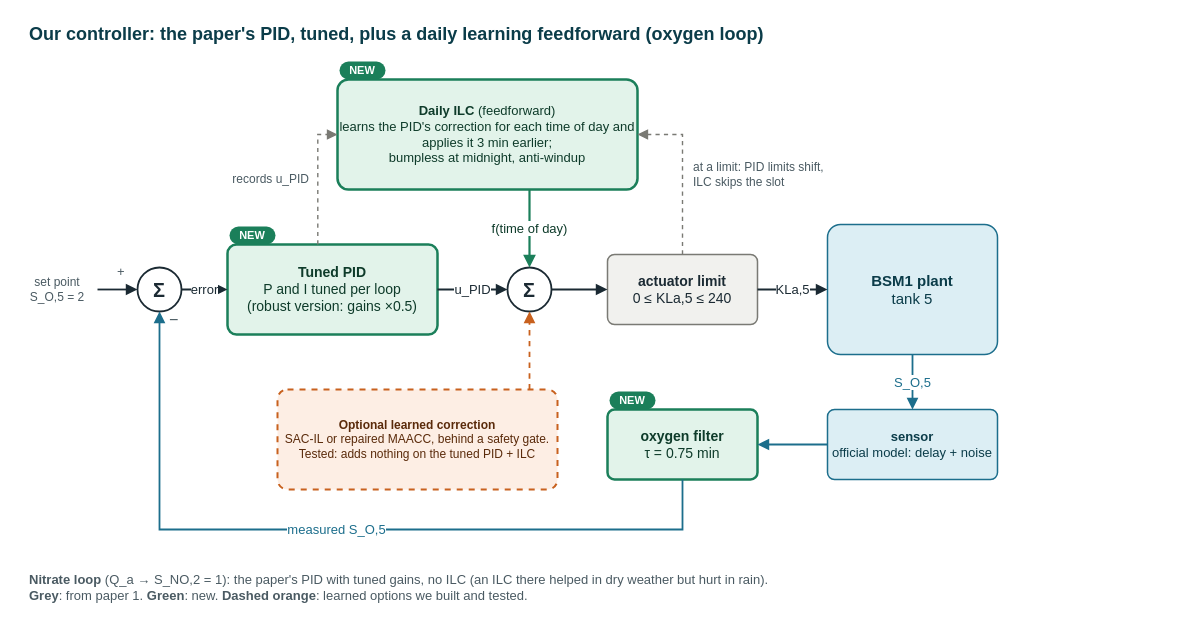
This is docs/diagrams/d2_ours.drawio from Amritha902/water_resource, a draw.io file, before an edit. Source tidied: cells renumbered, new cells numbered last; positions are measured from the earlier drawing's top-left corner, leaving out a move shared by most shapes. Both pictures are drawn from the tidied source at 100%, with x=0, y=0 at pixel (17, 17).
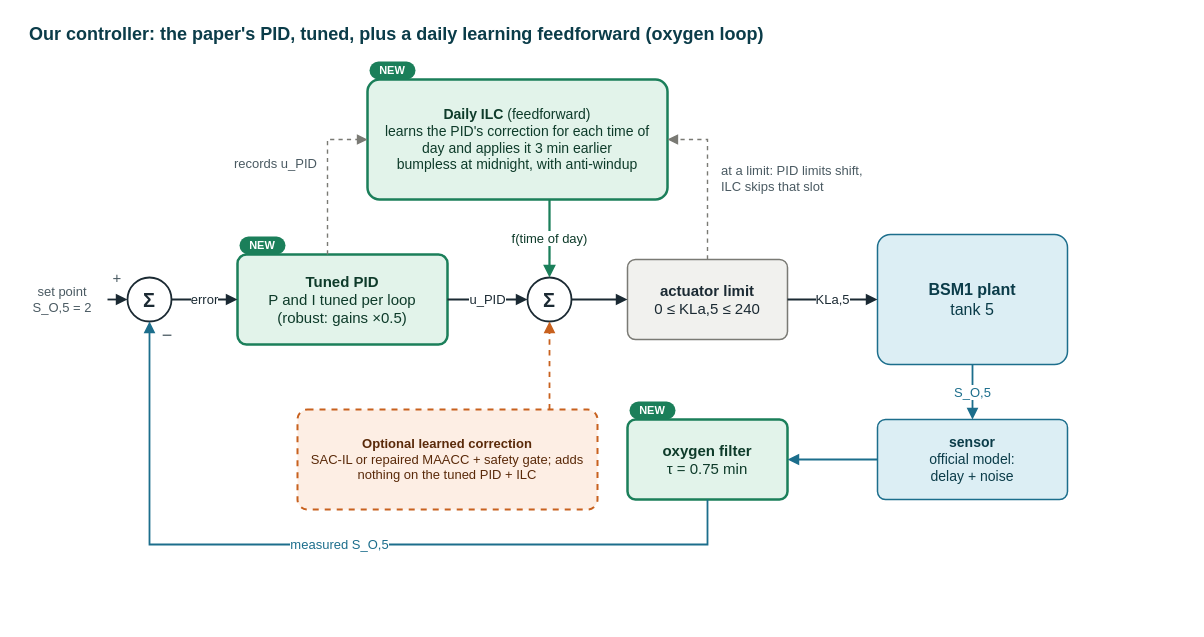
Above is the later version.

Change to the diagram source:
```diff
@@
-    <mxCell id="3" value="set point&lt;br&gt;S_O,5 = 2" style="text;html=1;strokeColor=none;fillColor=none;align=left;verticalAlign=middle;whiteSpace=wrap;fontFamily=Helvetica;fontSize=13;fontColor=#4A5A62;align=center;fontSize=12;" parent="1" vertex="1">
-      <mxGeometry y="247" width="80" height="50" as="geometry" />
+    <mxCell id="3" value="set point&lt;br&gt;S_O,5 = 2" style="text;html=1;strokeColor=none;fillColor=none;align=center;verticalAlign=middle;whiteSpace=wrap;fontFamily=Helvetica;fontSize=13;fontColor=#4A5A62;fontSize=13;" parent="1" vertex="1">
+      <mxGeometry y="257" width="90" height="50" as="geometry" />
     </mxCell>
     <mxCell id="4" value="Σ" style="shape=ellipse;perimeter=ellipsePerimeter;whiteSpace=wrap;html=1;fillColor=#FFFFFF;strokeColor=#1B2A33;strokeWidth=1.8;fontFamily=Helvetica;fontSize=20;fontStyle=1;fontColor=#1B2A33;" parent="1" vertex="1">
-      <mxGeometry x="120" y="250" width="44" height="44" as="geometry" />
+      <mxGeometry x="110" y="260" width="44" height="44" as="geometry" />
     </mxCell>
-    <mxCell id="5" value="+" style="text;html=1;strokeColor=none;fillColor=none;align=left;verticalAlign=middle;whiteSpace=wrap;fontFamily=Helvetica;fontSize=13;fontColor=#4A5A62;fontSize=13;" parent="1" vertex="1">
-      <mxGeometry x="98" y="244" width="20" height="20" as="geometry" />
+    <mxCell id="5" value="+" style="text;html=1;strokeColor=none;fillColor=none;align=center;verticalAlign=middle;whiteSpace=wrap;fontFamily=Helvetica;fontSize=13;fontColor=#4A5A62;fontSize=15;" parent="1" vertex="1">
+      <mxGeometry x="90" y="250" width="20" height="20" as="geometry" />
     </mxCell>
-    <mxCell id="6" value="−" style="text;html=1;strokeColor=none;fillColor=none;align=left;verticalAlign=middle;whiteSpace=wrap;fontFamily=Helvetica;fontSize=13;fontColor=#4A5A62;fontSize=16;" parent="1" vertex="1">
-      <mxGeometry x="150" y="292" width="20" height="20" as="geometry" />
+    <mxCell id="6" value="−" style="text;html=1;strokeColor=none;fillColor=none;align=center;verticalAlign=middle;whiteSpace=wrap;fontFamily=Helvetica;fontSize=13;fontColor=#4A5A62;fontSize=18;" parent="1" vertex="1">
+      <mxGeometry x="140" y="308" width="20" height="20" as="geometry" />
     </mxCell>
-    <mxCell id="7" value="&lt;b&gt;Tuned PID&lt;/b&gt;&lt;br&gt;P and I tuned per loop&lt;br&gt;(robust version: gains ×0.5)" style="rounded=1;arcSize=10;whiteSpace=wrap;html=1;fontFamily=Helvetica;fontSize=14;fillColor=#E2F3EA;strokeColor=#1B7F5A;fontColor=#0E3B2A;strokeWidth=2.5;" parent="1" vertex="1">
-      <mxGeometry x="210" y="227" width="210" height="90" as="geometry" />
+    <mxCell id="7" value="&lt;b&gt;Tuned PID&lt;/b&gt;&lt;br&gt;P and I tuned per loop&lt;br&gt;(robust: gains ×0.5)" style="rounded=1;arcSize=10;whiteSpace=wrap;html=1;spacing=8;fontFamily=Helvetica;fontSize=15;fillColor=#E2F3EA;strokeColor=#1B7F5A;fontColor=#0E3B2A;strokeWidth=2.5;" parent="1" vertex="1">
+      <mxGeometry x="220" y="237" width="210" height="90" as="geometry" />
     </mxCell>
     <mxCell id="8" value="NEW" style="rounded=1;arcSize=50;whiteSpace=wrap;html=1;fillColor=#1B7F5A;strokeColor=none;fontFamily=Helvetica;fontSize=11;fontStyle=1;fontColor=#FFFFFF;" parent="1" vertex="1">
-      <mxGeometry x="212" y="209" width="46" height="18" as="geometry" />
+      <mxGeometry x="222" y="219" width="46" height="18" as="geometry" />
     </mxCell>
     <mxCell id="9" value="Σ" style="shape=ellipse;perimeter=ellipsePerimeter;whiteSpace=wrap;html=1;fillColor=#FFFFFF;strokeColor=#1B2A33;strokeWidth=1.8;fontFamily=Helvetica;fontSize=20;fontStyle=1;fontColor=#1B2A33;" parent="1" vertex="1">
-      <mxGeometry x="490" y="250" width="44" height="44" as="geometry" />
+      <mxGeometry x="510" y="260" width="44" height="44" as="geometry" />
     </mxCell>
-    <mxCell id="10" value="&lt;b&gt;actuator limit&lt;/b&gt;&lt;br&gt;0 ≤ KLa,5 ≤ 240" style="rounded=1;arcSize=10;whiteSpace=wrap;html=1;fontFamily=Helvetica;fontSize=14;fillColor=#F1F1EE;strokeColor=#7A7A74;fontColor=#1B2A33;strokeWidth=1.5;" parent="1" vertex="1">
-      <mxGeometry x="590" y="237" width="150" height="70" as="geometry" />
+    <mxCell id="10" value="&lt;b&gt;actuator limit&lt;/b&gt;&lt;br&gt;0 ≤ KLa,5 ≤ 240" style="rounded=1;arcSize=10;whiteSpace=wrap;html=1;spacing=8;fontFamily=Helvetica;fontSize=15;fillColor=#F1F1EE;strokeColor=#7A7A74;fontColor=#1B2A33;strokeWidth=1.5;" parent="1" vertex="1">
+      <mxGeometry x="610" y="242" width="160" height="80" as="geometry" />
     </mxCell>
-    <mxCell id="11" value="&lt;b&gt;BSM1 plant&lt;/b&gt;&lt;br&gt;tank 5" style="rounded=1;arcSize=10;whiteSpace=wrap;html=1;fontFamily=Helvetica;fontSize=14;fillColor=#DCEEF4;strokeColor=#1C6E8C;fontColor=#0B3C49;strokeWidth=1.5;fontSize=15;" parent="1" vertex="1">
-      <mxGeometry x="810" y="207" width="170" height="130" as="geometry" />
+    <mxCell id="11" value="&lt;b&gt;BSM1 plant&lt;/b&gt;&lt;br&gt;tank 5" style="rounded=1;arcSize=10;whiteSpace=wrap;html=1;spacing=8;fontFamily=Helvetica;fontSize=15;fillColor=#DCEEF4;strokeColor=#1C6E8C;fontColor=#0B3C49;strokeWidth=1.5;fontSize=16;" parent="1" vertex="1">
+      <mxGeometry x="860" y="217" width="190" height="130" as="geometry" />
     </mxCell>
-    <mxCell id="12" value="&lt;b&gt;Daily ILC&lt;/b&gt; (feedforward)&lt;br&gt;learns the PID's correction for each time of day and applies it 3 min earlier;&lt;br&gt;bumpless at midnight, anti-windup" style="rounded=1;arcSize=10;whiteSpace=wrap;html=1;fontFamily=Helvetica;fontSize=14;fillColor=#E2F3EA;strokeColor=#1B7F5A;fontColor=#0E3B2A;strokeWidth=2.5;fontSize=13;" parent="1" vertex="1">
-      <mxGeometry x="320" y="62" width="300" height="110" as="geometry" />
+    <mxCell id="12" value="&lt;b&gt;Daily ILC&lt;/b&gt; (feedforward)&lt;br&gt;learns the PID's correction for each time of day and applies it 3 min earlier&lt;br&gt;bumpless at midnight, with anti&amp;#8209;windup" style="rounded=1;arcSize=10;whiteSpace=wrap;html=1;spacing=8;fontFamily=Helvetica;fontSize=15;fillColor=#E2F3EA;strokeColor=#1B7F5A;fontColor=#0E3B2A;strokeWidth=2.5;fontSize=14;" parent="1" vertex="1">
+      <mxGeometry x="350" y="62" width="300" height="120" as="geometry" />
     </mxCell>
     <mxCell id="13" value="NEW" style="rounded=1;arcSize=50;whiteSpace=wrap;html=1;fillColor=#1B7F5A;strokeColor=none;fontFamily=Helvetica;fontSize=11;fontStyle=1;fontColor=#FFFFFF;" parent="1" vertex="1">
-      <mxGeometry x="322" y="44" width="46" height="18" as="geometry" />
+      <mxGeometry x="352" y="44" width="46" height="18" as="geometry" />
     </mxCell>
-    <mxCell id="14" value="&lt;b&gt;sensor&lt;/b&gt;&lt;br&gt;official model: delay + noise" style="rounded=1;arcSize=10;whiteSpace=wrap;html=1;fontFamily=Helvetica;fontSize=14;fillColor=#DCEEF4;strokeColor=#1C6E8C;fontColor=#0B3C49;strokeWidth=1.5;fontSize=13;" parent="1" vertex="1">
-      <mxGeometry x="810" y="392" width="170" height="70" as="geometry" />
+    <mxCell id="14" value="&lt;b&gt;sensor&lt;/b&gt;&lt;br&gt;official model:&lt;br&gt;delay + noise" style="rounded=1;arcSize=10;whiteSpace=wrap;html=1;spacing=8;fontFamily=Helvetica;fontSize=15;fillColor=#DCEEF4;strokeColor=#1C6E8C;fontColor=#0B3C49;strokeWidth=1.5;fontSize=14;" parent="1" vertex="1">
+      <mxGeometry x="860" y="402" width="190" height="80" as="geometry" />
     </mxCell>
-    <mxCell id="15" value="&lt;b&gt;oxygen filter&lt;/b&gt;&lt;br&gt;τ = 0.75 min" style="rounded=1;arcSize=10;whiteSpace=wrap;html=1;fontFamily=Helvetica;fontSize=14;fillColor=#E2F3EA;strokeColor=#1B7F5A;fontColor=#0E3B2A;strokeWidth=2.5;" parent="1" vertex="1">
-      <mxGeometry x="590" y="392" width="150" height="70" as="geometry" />
+    <mxCell id="15" value="&lt;b&gt;oxygen filter&lt;/b&gt;&lt;br&gt;τ = 0.75 min" style="rounded=1;arcSize=10;whiteSpace=wrap;html=1;spacing=8;fontFamily=Helvetica;fontSize=15;fillColor=#E2F3EA;strokeColor=#1B7F5A;fontColor=#0E3B2A;strokeWidth=2.5;" parent="1" vertex="1">
+      <mxGeometry x="610" y="402" width="160" height="80" as="geometry" />
     </mxCell>
     <mxCell id="16" value="NEW" style="rounded=1;arcSize=50;whiteSpace=wrap;html=1;fillColor=#1B7F5A;strokeColor=none;fontFamily=Helvetica;fontSize=11;fontStyle=1;fontColor=#FFFFFF;" parent="1" vertex="1">
-      <mxGeometry x="592" y="374" width="46" height="18" as="geometry" />
+      <mxGeometry x="612" y="384" width="46" height="18" as="geometry" />
     </mxCell>
-    <mxCell id="17" value="&lt;b&gt;Optional learned correction&lt;/b&gt;&lt;br&gt;SAC-IL or repaired MAACC, behind a safety gate. Tested: adds nothing on the tuned PID + ILC" style="rounded=1;arcSize=10;whiteSpace=wrap;html=1;fontFamily=Helvetica;fontSize=14;fillColor=#FDEEE4;strokeColor=#C8611E;fontColor=#5A2A0A;strokeWidth=2;dashed=1;fontSize=12;" parent="1" vertex="1">
-      <mxGeometry x="260" y="372" width="280" height="100" as="geometry" />
+    <mxCell id="17" value="&lt;b&gt;Optional learned correction&lt;/b&gt;&lt;br&gt;SAC-IL or repaired MAACC + safety gate; adds nothing on the tuned PID + ILC" style="rounded=1;arcSize=10;whiteSpace=wrap;html=1;spacing=8;fontFamily=Helvetica;fontSize=15;fillColor=#FDEEE4;strokeColor=#C8611E;fontColor=#5A2A0A;strokeWidth=2;dashed=1;fontSize=13;" parent="1" vertex="1">
+      <mxGeometry x="280" y="392" width="300" height="100" as="geometry" />
     </mxCell>
@@
-    <mxCell id="21" value="f(time of day)" style="edgeStyle=orthogonalEdgeStyle;rounded=0;html=1;endArrow=block;endFill=1;endSize=7;strokeColor=#1B2A33;strokeWidth=1.8;fontFamily=Helvetica;fontSize=13;fontColor=#1B2A33;labelBackgroundColor=#FFFFFF;strokeColor=#1B7F5A;fontColor=#0E3B2A;strokeWidth=2.2;exitX=0.64;exitY=1;exitDx=0;exitDy=0;entryX=0.5;entryY=0;entryDx=0;entryDy=0;" parent="1" edge="1" source="12" target="9">
+    <mxCell id="21" value="f(time of day)" style="edgeStyle=orthogonalEdgeStyle;rounded=0;html=1;endArrow=block;endFill=1;endSize=7;strokeColor=#1B2A33;strokeWidth=1.8;fontFamily=Helvetica;fontSize=13;fontColor=#1B2A33;labelBackgroundColor=#FFFFFF;strokeColor=#1B7F5A;fontColor=#0E3B2A;strokeWidth=2.2;exitX=0.6067;exitY=1;exitDx=0;exitDy=0;entryX=0.5;entryY=0;entryDx=0;entryDy=0;" parent="1" edge="1" source="12" target="9">
       <mxGeometry relative="1" as="geometry" />
     </mxCell>
-    <mxCell id="22" style="edgeStyle=orthogonalEdgeStyle;rounded=0;html=1;endArrow=block;endFill=1;endSize=7;strokeColor=#1B2A33;strokeWidth=1.8;fontFamily=Helvetica;fontSize=13;fontColor=#1B2A33;labelBackgroundColor=#FFFFFF;strokeColor=#7A7A74;dashed=1;fontColor=#55606A;strokeWidth=1.4;exitX=0.43;exitY=0;exitDx=0;exitDy=0;entryX=0;entryY=0.5;entryDx=0;entryDy=0;" parent="1" edge="1" source="7" target="12">
+    <mxCell id="22" style="edgeStyle=orthogonalEdgeStyle;rounded=0;html=1;endArrow=block;endFill=1;endSize=7;strokeColor=#1B2A33;strokeWidth=1.8;fontFamily=Helvetica;fontSize=13;fontColor=#1B2A33;labelBackgroundColor=#FFFFFF;strokeColor=#7A7A74;dashed=1;fontColor=#55606A;strokeWidth=1.4;exitX=0.4286;exitY=0;exitDx=0;exitDy=0;entryX=0;entryY=0.5;entryDx=0;entryDy=0;" parent="1" edge="1" source="7" target="12">
       <mxGeometry relative="1" as="geometry">
         <Array as="points">
-          <mxPoint x="300" y="117" />
+          <mxPoint x="310" y="122" />
         </Array>
       </mxGeometry>
     </mxCell>
-    <mxCell id="23" value="records u_PID" style="text;html=1;strokeColor=none;fillColor=none;align=left;verticalAlign=middle;whiteSpace=wrap;fontFamily=Helvetica;fontSize=13;fontColor=#4A5A62;align=right;fontSize=12;" parent="1" vertex="1">
-      <mxGeometry x="190" y="142" width="104" height="40" as="geometry" />
+    <mxCell id="23" value="records u_PID" style="text;html=1;strokeColor=none;fillColor=none;align=left;verticalAlign=middle;whiteSpace=wrap;fontFamily=Helvetica;fontSize=13;fontColor=#4A5A62;align=right;fontSize=13;" parent="1" vertex="1">
+      <mxGeometry x="176" y="134" width="126" height="24" as="geometry" />
     </mxCell>
     <mxCell id="24" style="edgeStyle=orthogonalEdgeStyle;rounded=0;html=1;endArrow=block;endFill=1;endSize=7;strokeColor=#1B2A33;strokeWidth=1.8;fontFamily=Helvetica;fontSize=13;fontColor=#1B2A33;labelBackgroundColor=#FFFFFF;strokeColor=#7A7A74;dashed=1;fontColor=#55606A;strokeWidth=1.4;exitX=0.5;exitY=0;exitDx=0;exitDy=0;entryX=1;entryY=0.5;entryDx=0;entryDy=0;" parent="1" edge="1" source="10" target="12">
       <mxGeometry relative="1" as="geometry">
         <Array as="points">
-          <mxPoint x="665" y="117" />
+          <mxPoint x="690" y="122" />
         </Array>
       </mxGeometry>
     </mxCell>
-    <mxCell id="25" value="at a limit: PID limits shift,&lt;br&gt;ILC skips the slot" style="text;html=1;strokeColor=none;fillColor=none;align=left;verticalAlign=middle;whiteSpace=wrap;fontFamily=Helvetica;fontSize=13;fontColor=#4A5A62;fontSize=12;" parent="1" vertex="1">
-      <mxGeometry x="674" y="132" width="200" height="50" as="geometry" />
+    <mxCell id="25" value="at a limit: PID limits shift,&lt;br&gt;ILC skips that slot" style="text;html=1;strokeColor=none;fillColor=none;align=left;verticalAlign=middle;whiteSpace=wrap;fontFamily=Helvetica;fontSize=13;fontColor=#4A5A62;fontSize=13;" parent="1" vertex="1">
+      <mxGeometry x="702" y="138" width="220" height="46" as="geometry" />
     </mxCell>
-    <mxCell id="26" style="edgeStyle=orthogonalEdgeStyle;rounded=0;html=1;endArrow=block;endFill=1;endSize=7;strokeColor=#1B2A33;strokeWidth=1.8;fontFamily=Helvetica;fontSize=13;fontColor=#1B2A33;labelBackgroundColor=#FFFFFF;strokeColor=#C8611E;dashed=1;fontColor=#8A3E10;exitX=0.9;exitY=0;exitDx=0;exitDy=0;entryX=0.5;entryY=1;entryDx=0;entryDy=0;" parent="1" edge="1" source="17" target="9">
+    <mxCell id="26" style="edgeStyle=orthogonalEdgeStyle;rounded=0;html=1;endArrow=block;endFill=1;endSize=7;strokeColor=#1B2A33;strokeWidth=1.8;fontFamily=Helvetica;fontSize=13;fontColor=#1B2A33;labelBackgroundColor=#FFFFFF;strokeColor=#C8611E;dashed=1;fontColor=#8A3E10;exitX=0.84;exitY=0;exitDx=0;exitDy=0;entryX=0.5;entryY=1;entryDx=0;entryDy=0;" parent="1" edge="1" source="17" target="9">
       <mxGeometry relative="1" as="geometry" />
     </mxCell>
@@
     <mxCell id="31" value="measured S_O,5" style="edgeStyle=orthogonalEdgeStyle;rounded=0;html=1;endArrow=block;endFill=1;endSize=7;strokeColor=#1B2A33;strokeWidth=1.8;fontFamily=Helvetica;fontSize=13;fontColor=#1B2A33;labelBackgroundColor=#FFFFFF;strokeColor=#1C6E8C;fontColor=#1C6E8C;exitX=0.5;exitY=1;exitDx=0;exitDy=0;entryX=0.5;entryY=1;entryDx=0;entryDy=0;" parent="1" edge="1" source="15" target="4">
       <mxGeometry relative="1" as="geometry">
         <Array as="points">
-          <mxPoint x="665" y="512" />
-          <mxPoint x="142" y="512" />
+          <mxPoint x="690" y="527" />
+          <mxPoint x="132" y="527" />
         </Array>
       </mxGeometry>
     </mxCell>
-    <mxCell id="32" value="&lt;b&gt;Nitrate loop&lt;/b&gt; (Q_a → S_NO,2 = 1): the paper's PID with tuned gains, no ILC (an ILC there helped in dry weather but hurt in rain).&lt;br&gt;&lt;b&gt;Grey&lt;/b&gt;: from paper 1.  &lt;b&gt;Green&lt;/b&gt;: new.  &lt;b&gt;Dashed orange&lt;/b&gt;: learned options we built and tested." style="text;html=1;strokeColor=none;fillColor=none;align=left;verticalAlign=middle;whiteSpace=wrap;fontFamily=Helvetica;fontSize=13;fontColor=#4A5A62;" parent="1" vertex="1">
-      <mxGeometry x="10" y="537" width="1160" height="66" as="geometry" />
-    </mxCell>
```
